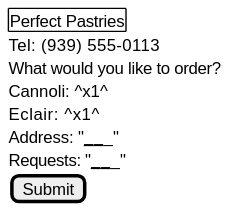
Earlier version of the PlantUML export uml/prototype1.svg (laughingbiscuit/notepad). Its diagram source:
```plantuml
@startsalt
{
  {+ Perfect Pastries }
  Tel: (939) 555-0113

  What would you like to order?
  Cannoli: ^x1^
  Eclair:  ^x1^
  Address: "___________"
  Requests: "___________"
  [Submit]
}
@endsalt
```
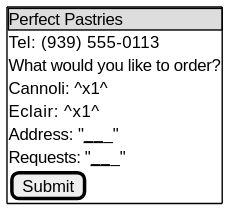
Later version of the same file.

The edit, as a diff of the source:
```diff
@@ -1,6 +1,6 @@
 @startsalt
-{
-  {+ Perfect Pastries }
+{+
+  {* Perfect Pastries }
   Tel: (939) 555-0113
 
   What would you like to order?
```
